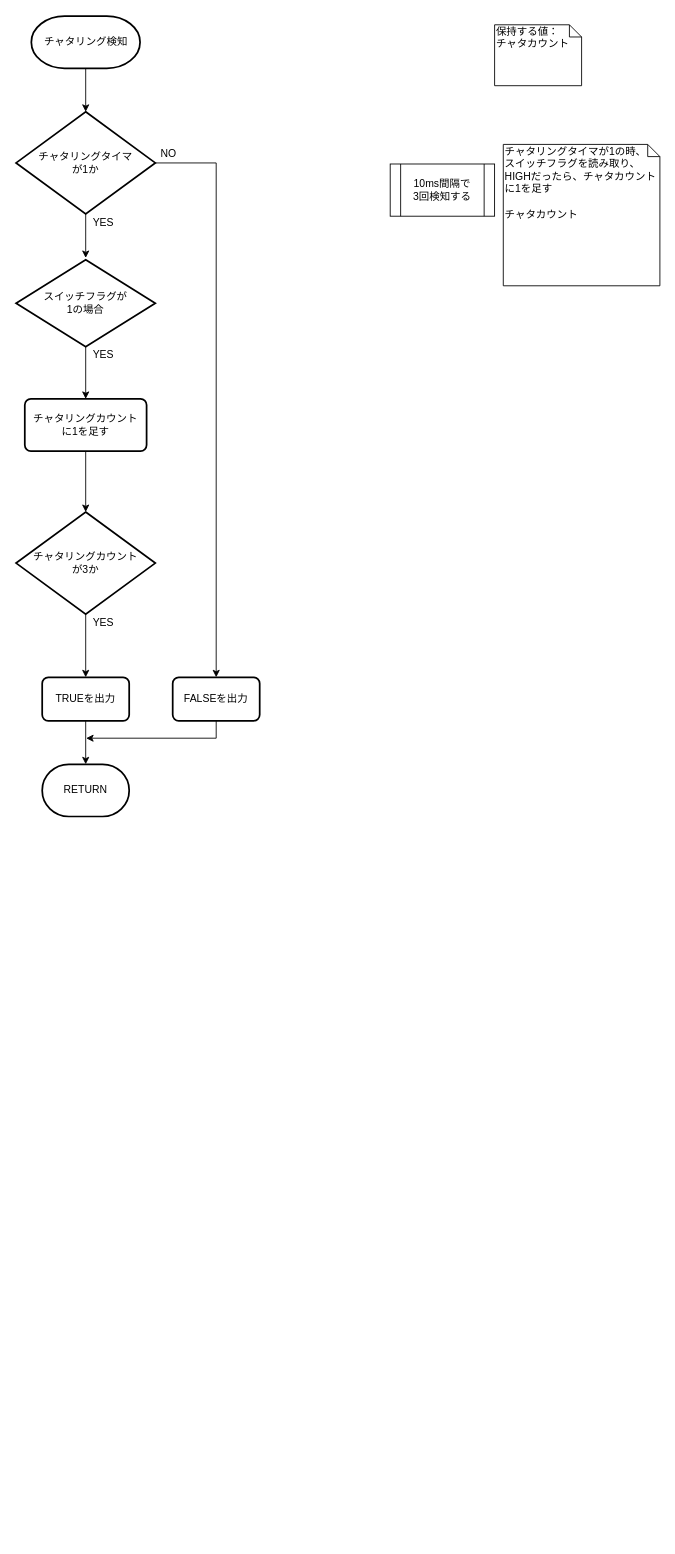
Above: page "チャタリング処理" (2 of 8) of 資料/設計/フローチャート/InputClass/flowchart_InputClassv0.6.drawio in hakohumi/comp.Kitchen_Timer (draw.io), before the change. Source tidied: cells renumbered, new cells numbered last; positions are measured from the earlier drawing's top-left corner, leaving out a move shared by most shapes. Both pictures are drawn from the tidied source at 87%, with x=0, y=0 at pixel (16, 16).
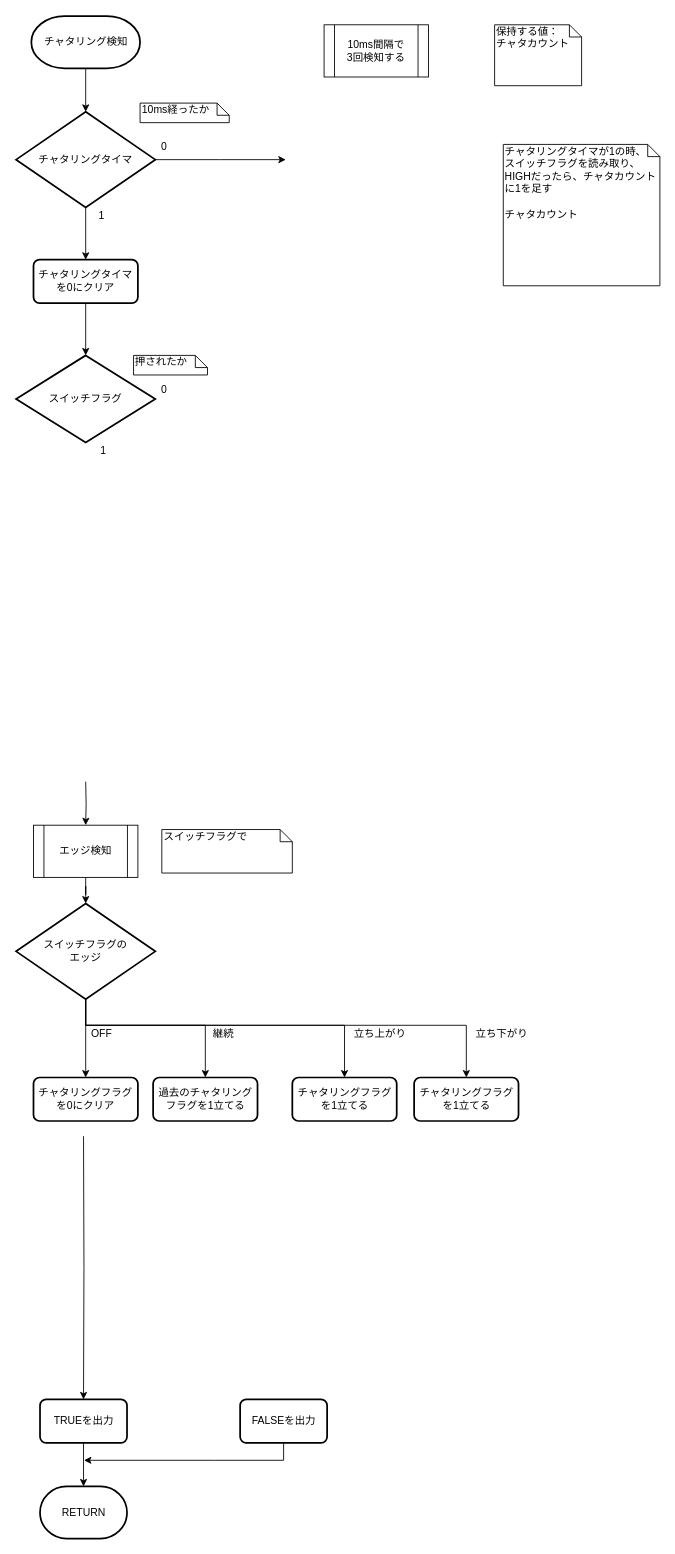
The same page after the edit.

Unchanged cells that the change refers to:
```xml
<mxCell id="3" value="チャタリング検知" style="strokeWidth=2;html=1;shape=mxgraph.flowchart.terminator;whiteSpace=wrap;" parent="1" vertex="1">
  <mxGeometry x="17.5" width="125" height="60" as="geometry" />
</mxCell>
```

The edit, as a diff of the source:
```diff
@@
-    <mxCell id="2" style="edgeStyle=orthogonalEdgeStyle;rounded=0;jettySize=auto;html=1;entryX=0.5;entryY=0;entryDx=0;entryDy=0;entryPerimeter=0;" parent="1" edge="1" source="3" target="14">
-      <mxGeometry relative="1" as="geometry" />
-    </mxCell>
@@
     <mxCell id="4" style="edgeStyle=orthogonalEdgeStyle;rounded=0;jettySize=auto;html=1;" parent="1" edge="1" source="5">
       <mxGeometry relative="1" as="geometry">
-        <mxPoint x="80.5" y="830" as="targetPoint" />
+        <mxPoint x="78" y="1660" as="targetPoint" />
         <Array as="points">
-          <mxPoint x="230.5" y="830" />
-          <mxPoint x="80.5" y="830" />
+          <mxPoint x="228" y="1660" />
+          <mxPoint x="78" y="1660" />
         </Array>
       </mxGeometry>
     </mxCell>
     <mxCell id="5" value="FALSEを出力" style="rounded=1;whiteSpace=wrap;html=1;absoluteArcSize=1;arcSize=14;strokeWidth=2;" parent="1" vertex="1">
-      <mxGeometry x="180" y="760" width="100" height="50" as="geometry" />
+      <mxGeometry x="257.5" y="1590" width="100" height="50" as="geometry" />
     </mxCell>
@@
     <mxCell id="7" value="TRUEを出力" style="rounded=1;whiteSpace=wrap;html=1;absoluteArcSize=1;arcSize=14;strokeWidth=2;" parent="1" vertex="1">
-      <mxGeometry x="30" y="760" width="100" height="50" as="geometry" />
+      <mxGeometry x="27.5" y="1590" width="100" height="50" as="geometry" />
     </mxCell>
     <mxCell id="8" value="RETURN" style="strokeWidth=2;html=1;shape=mxgraph.flowchart.terminator;whiteSpace=wrap;" parent="1" vertex="1">
-      <mxGeometry x="30" y="860" width="100" height="60" as="geometry" />
+      <mxGeometry x="27.5" y="1690" width="100" height="60" as="geometry" />
     </mxCell>
-    <mxCell id="9" style="edgeStyle=orthogonalEdgeStyle;rounded=0;jettySize=auto;html=1;exitX=0.5;exitY=1;exitDx=0;exitDy=0;exitPerimeter=0;" parent="1" edge="1" source="20" target="7">
-      <mxGeometry relative="1" as="geometry" />
+    <mxCell id="9" style="edgeStyle=orthogonalEdgeStyle;rounded=0;jettySize=auto;html=1;exitX=0.5;exitY=1;exitDx=0;exitDy=0;exitPerimeter=0;" parent="1" edge="1" target="7">
+      <mxGeometry relative="1" as="geometry">
+        <mxPoint x="77.5" y="1287.5" as="sourcePoint" />
+      </mxGeometry>
     </mxCell>
@@
     <mxCell id="11" value="10ms間隔で&lt;br&gt;3回検知する" style="shape=process;whiteSpace=wrap;html=1;backgroundOutline=1;" parent="1" vertex="1">
-      <mxGeometry x="430" y="170" width="120" height="60" as="geometry" />
+      <mxGeometry x="354" y="10" width="120" height="60" as="geometry" />
     </mxCell>
-    <mxCell id="12" style="edgeStyle=orthogonalEdgeStyle;rounded=0;jettySize=auto;html=1;" parent="1" edge="1" source="14">
-      <mxGeometry relative="1" as="geometry">
-        <mxPoint x="80" y="278" as="targetPoint" />
-      </mxGeometry>
-    </mxCell>
-    <mxCell id="13" style="edgeStyle=orthogonalEdgeStyle;rounded=0;jettySize=auto;html=1;entryX=0.5;entryY=0;entryDx=0;entryDy=0;" parent="1" edge="1" source="14" target="5">
-      <mxGeometry relative="1" as="geometry" />
-    </mxCell>
-    <mxCell id="14" value="チャタリングタイマ&lt;br&gt;が1か" style="strokeWidth=2;html=1;shape=mxgraph.flowchart.decision;whiteSpace=wrap;" parent="1" vertex="1">
-      <mxGeometry y="110" width="160" height="117.5" as="geometry" />
-    </mxCell>
@@
-    <mxCell id="16" style="edgeStyle=orthogonalEdgeStyle;rounded=0;jettySize=auto;html=1;exitX=0.5;exitY=1;exitDx=0;exitDy=0;exitPerimeter=0;" parent="1" edge="1" source="17" target="19">
-      <mxGeometry relative="1" as="geometry" />
-    </mxCell>
-    <mxCell id="17" value="スイッチフラグが&lt;br&gt;1の場合" style="strokeWidth=2;html=1;shape=mxgraph.flowchart.decision;whiteSpace=wrap;" parent="1" vertex="1">
-      <mxGeometry y="280" width="160" height="100" as="geometry" />
-    </mxCell>
-    <mxCell id="18" style="edgeStyle=orthogonalEdgeStyle;rounded=0;jettySize=auto;html=1;exitX=0.5;exitY=1;exitDx=0;exitDy=0;" parent="1" edge="1" source="19" target="20">
-      <mxGeometry relative="1" as="geometry" />
-    </mxCell>
-    <mxCell id="19" value="チャタリングカウント&lt;br&gt;に1を足す" style="rounded=1;whiteSpace=wrap;html=1;absoluteArcSize=1;arcSize=14;strokeWidth=2;" parent="1" vertex="1">
-      <mxGeometry x="10" y="440" width="140" height="60" as="geometry" />
-    </mxCell>
-    <mxCell id="20" value="チャタリングカウント&lt;br&gt;が3か" style="strokeWidth=2;html=1;shape=mxgraph.flowchart.decision;whiteSpace=wrap;" parent="1" vertex="1">
-      <mxGeometry y="570" width="160" height="117.5" as="geometry" />
-    </mxCell>
-    <mxCell id="21" value="YES" style="text;html=1;align=center;verticalAlign=middle;" parent="1" vertex="1">
-      <mxGeometry x="80" y="687.5" width="40" height="20" as="geometry" />
-    </mxCell>
-    <mxCell id="22" value="YES" style="text;html=1;align=center;verticalAlign=middle;" parent="1" vertex="1">
-      <mxGeometry x="80" y="227.5" width="40" height="20" as="geometry" />
-    </mxCell>
-    <mxCell id="23" value="YES" style="text;html=1;align=center;verticalAlign=middle;" parent="1" vertex="1">
-      <mxGeometry x="80" y="380" width="40" height="20" as="geometry" />
-    </mxCell>
-    <mxCell id="24" value="NO" style="text;html=1;align=center;verticalAlign=middle;" parent="1" vertex="1">
-      <mxGeometry x="160" y="147.5" width="30" height="20" as="geometry" />
-    </mxCell>
+    <mxCell id="25" style="edgeStyle=orthogonalEdgeStyle;rounded=0;jettySize=auto;html=1;entryX=0.5;entryY=0;entryDx=0;entryDy=0;entryPerimeter=0;" parent="1" edge="1" source="3">
+      <mxGeometry relative="1" as="geometry">
+        <mxPoint x="80" y="110" as="targetPoint" />
+      </mxGeometry>
+    </mxCell>
+    <mxCell id="26" value="1" style="text;html=1;align=center;verticalAlign=middle;" parent="1" vertex="1">
+      <mxGeometry x="87.5" y="220" width="20" height="20" as="geometry" />
+    </mxCell>
+    <mxCell id="27" value="0" style="text;html=1;align=center;verticalAlign=middle;" parent="1" vertex="1">
+      <mxGeometry x="160" y="140" width="20" height="20" as="geometry" />
+    </mxCell>
+    <mxCell id="28" value="過去のチャタリングフラグを1立てる" style="rounded=1;whiteSpace=wrap;html=1;absoluteArcSize=1;arcSize=14;strokeWidth=2;" parent="1" vertex="1">
+      <mxGeometry x="157.5" y="1220" width="120" height="50" as="geometry" />
+    </mxCell>
+    <mxCell id="29" style="edgeStyle=orthogonalEdgeStyle;rounded=0;jettySize=auto;html=1;" parent="1" edge="1" source="31">
+      <mxGeometry relative="1" as="geometry">
+        <mxPoint x="310" y="165" as="targetPoint" />
+      </mxGeometry>
+    </mxCell>
+    <mxCell id="30" style="edgeStyle=orthogonalEdgeStyle;rounded=0;jettySize=auto;html=1;" parent="1" edge="1" source="31" target="54">
+      <mxGeometry relative="1" as="geometry" />
+    </mxCell>
+    <mxCell id="31" value="チャタリングタイマ" style="strokeWidth=2;html=1;shape=mxgraph.flowchart.decision;whiteSpace=wrap;" parent="1" vertex="1">
+      <mxGeometry y="110" width="160" height="110" as="geometry" />
+    </mxCell>
+    <mxCell id="32" style="edgeStyle=orthogonalEdgeStyle;rounded=0;jettySize=auto;html=1;entryX=0.5;entryY=0;entryDx=0;entryDy=0;" parent="1" edge="1" source="36" target="37">
+      <mxGeometry relative="1" as="geometry" />
+    </mxCell>
+    <mxCell id="33" style="edgeStyle=orthogonalEdgeStyle;rounded=0;jettySize=auto;html=1;" parent="1" edge="1" source="36" target="28">
+      <mxGeometry relative="1" as="geometry">
+        <Array as="points">
+          <mxPoint x="80.5" y="1160" />
+          <mxPoint x="217.5" y="1160" />
+        </Array>
+      </mxGeometry>
+    </mxCell>
+    <mxCell id="34" style="edgeStyle=orthogonalEdgeStyle;rounded=0;jettySize=auto;html=1;" parent="1" edge="1" source="36" target="42">
+      <mxGeometry relative="1" as="geometry">
+        <Array as="points">
+          <mxPoint x="80.5" y="1160" />
+          <mxPoint x="377.5" y="1160" />
+        </Array>
+      </mxGeometry>
+    </mxCell>
+    <mxCell id="35" style="edgeStyle=orthogonalEdgeStyle;rounded=0;jettySize=auto;html=1;" parent="1" edge="1" source="36" target="43">
+      <mxGeometry relative="1" as="geometry">
+        <Array as="points">
+          <mxPoint x="80.5" y="1160" />
+          <mxPoint x="517.5" y="1160" />
+        </Array>
+      </mxGeometry>
+    </mxCell>
+    <mxCell id="36" value="スイッチフラグの&lt;br&gt;エッジ" style="strokeWidth=2;html=1;shape=mxgraph.flowchart.decision;whiteSpace=wrap;" parent="1" vertex="1">
+      <mxGeometry y="1020" width="160" height="110" as="geometry" />
+    </mxCell>
+    <mxCell id="37" value="チャタリングフラグを0にクリア" style="rounded=1;whiteSpace=wrap;html=1;absoluteArcSize=1;arcSize=14;strokeWidth=2;" parent="1" vertex="1">
+      <mxGeometry x="20" y="1220" width="120" height="50" as="geometry" />
+    </mxCell>
+    <mxCell id="38" style="edgeStyle=orthogonalEdgeStyle;rounded=0;jettySize=auto;html=1;" parent="1" edge="1" target="40">
+      <mxGeometry relative="1" as="geometry">
+        <mxPoint x="80" y="880" as="sourcePoint" />
+      </mxGeometry>
+    </mxCell>
+    <mxCell id="39" style="edgeStyle=orthogonalEdgeStyle;rounded=0;jettySize=auto;html=1;" parent="1" edge="1" source="40" target="36">
+      <mxGeometry relative="1" as="geometry" />
+    </mxCell>
+    <mxCell id="40" value="エッジ検知" style="shape=process;whiteSpace=wrap;html=1;backgroundOutline=1;" parent="1" vertex="1">
+      <mxGeometry x="20" y="930" width="120" height="60" as="geometry" />
+    </mxCell>
+    <mxCell id="41" value="スイッチフラグで" style="shape=note;whiteSpace=wrap;html=1;size=14;verticalAlign=top;align=left;spacingTop=-6;" parent="1" vertex="1">
+      <mxGeometry x="167.5" y="935" width="150" height="50" as="geometry" />
+    </mxCell>
+    <mxCell id="42" value="チャタリングフラグ&lt;br&gt;を1立てる" style="rounded=1;whiteSpace=wrap;html=1;absoluteArcSize=1;arcSize=14;strokeWidth=2;" parent="1" vertex="1">
+      <mxGeometry x="317.5" y="1220" width="120" height="50" as="geometry" />
+    </mxCell>
+    <mxCell id="43" value="チャタリングフラグ&lt;br&gt;を1立てる" style="rounded=1;whiteSpace=wrap;html=1;absoluteArcSize=1;arcSize=14;strokeWidth=2;" parent="1" vertex="1">
+      <mxGeometry x="457.5" y="1220" width="120" height="50" as="geometry" />
+    </mxCell>
+    <mxCell id="44" value="継続" style="text;html=1;align=center;verticalAlign=middle;" parent="1" vertex="1">
+      <mxGeometry x="217.5" y="1160" width="40" height="20" as="geometry" />
+    </mxCell>
+    <mxCell id="45" value="OFF" style="text;html=1;align=center;verticalAlign=middle;" parent="1" vertex="1">
+      <mxGeometry x="77.5" y="1160" width="40" height="20" as="geometry" />
+    </mxCell>
+    <mxCell id="46" value="立ち上がり" style="text;html=1;align=center;verticalAlign=middle;" parent="1" vertex="1">
+      <mxGeometry x="377.5" y="1160" width="80" height="20" as="geometry" />
+    </mxCell>
+    <mxCell id="47" value="立ち下がり" style="text;html=1;align=center;verticalAlign=middle;" parent="1" vertex="1">
+      <mxGeometry x="517.5" y="1160" width="80" height="20" as="geometry" />
+    </mxCell>
+    <mxCell id="48" value="10ms経ったか" style="shape=note;whiteSpace=wrap;html=1;size=14;verticalAlign=top;align=left;spacingTop=-6;" parent="1" vertex="1">
+      <mxGeometry x="142.5" y="100" width="102.5" height="22.5" as="geometry" />
+    </mxCell>
+    <mxCell id="49" value="スイッチフラグ" style="strokeWidth=2;html=1;shape=mxgraph.flowchart.decision;whiteSpace=wrap;" parent="1" vertex="1">
+      <mxGeometry y="390" width="160" height="100" as="geometry" />
+    </mxCell>
+    <mxCell id="50" value="1" style="text;html=1;align=center;verticalAlign=middle;" parent="1" vertex="1">
+      <mxGeometry x="90" y="490" width="20" height="20" as="geometry" />
+    </mxCell>
+    <mxCell id="51" value="0" style="text;html=1;align=center;verticalAlign=middle;" parent="1" vertex="1">
+      <mxGeometry x="160" y="420" width="20" height="20" as="geometry" />
+    </mxCell>
+    <mxCell id="52" value="押されたか" style="shape=note;whiteSpace=wrap;html=1;size=14;verticalAlign=top;align=left;spacingTop=-6;" parent="1" vertex="1">
+      <mxGeometry x="135" y="390" width="85" height="22.5" as="geometry" />
+    </mxCell>
+    <mxCell id="53" style="edgeStyle=orthogonalEdgeStyle;rounded=0;jettySize=auto;html=1;" parent="1" edge="1" source="54" target="49">
+      <mxGeometry relative="1" as="geometry" />
+    </mxCell>
+    <mxCell id="54" value="チャタリングタイマを0にクリア" style="rounded=1;whiteSpace=wrap;html=1;absoluteArcSize=1;arcSize=14;strokeWidth=2;" parent="1" vertex="1">
+      <mxGeometry x="20" y="280" width="120" height="50" as="geometry" />
+    </mxCell>
```
